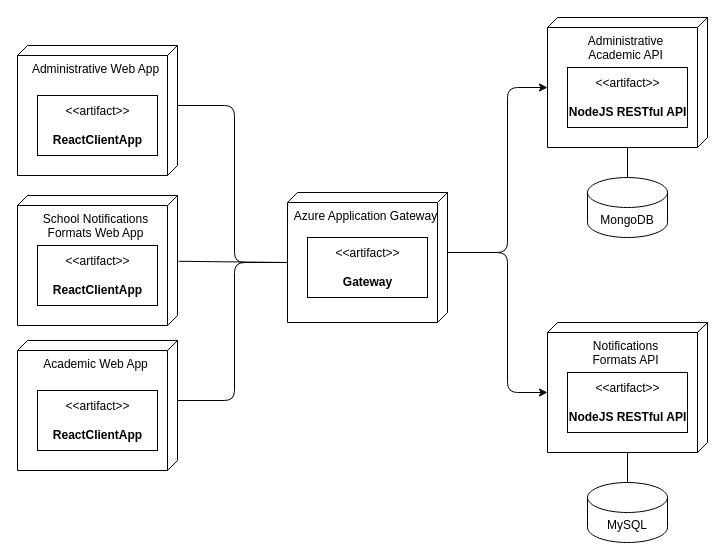
Before: design/deployment-diagram.drawio in sebastianbellodev/mern-school-system, a draw.io diagram. Source tidied: cells renumbered, new cells numbered last; positions are measured from the earlier drawing's top-left corner, leaving out a move shared by most shapes. Both pictures are drawn from the tidied source at 100%, with x=0, y=0 at pixel (17, 17).
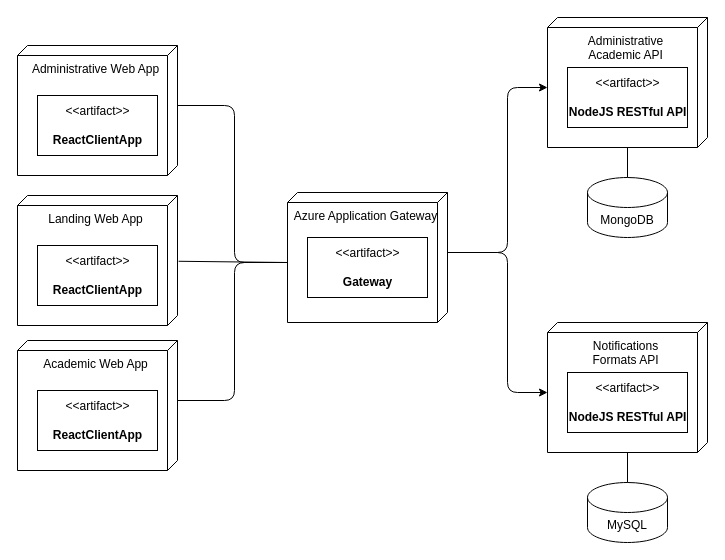
The same page after the edit.

Commit message:
feat: modify deployment diagram

The change refers to these unchanged cells:
```xml
<mxCell id="17" style="group;" parent="1" vertex="1">
  <mxGeometry y="178" width="160" height="130" as="geometry" />
</mxCell>
```

What changed in the source:
```diff
@@
-    <mxCell id="18" value="School Notifications&lt;br&gt;Formats Web App" style="verticalAlign=top;align=center;shape=cube;size=10;direction=south;fontStyle=0;html=1;boundedLbl=1;spacingLeft=5;" parent="17" vertex="1">
+    <mxCell id="18" value="Landing Web App" style="verticalAlign=top;align=center;shape=cube;size=10;direction=south;fontStyle=0;html=1;boundedLbl=1;spacingLeft=5;" parent="17" vertex="1">
       <mxGeometry width="160" height="130" as="geometry" />
     </mxCell>
```
